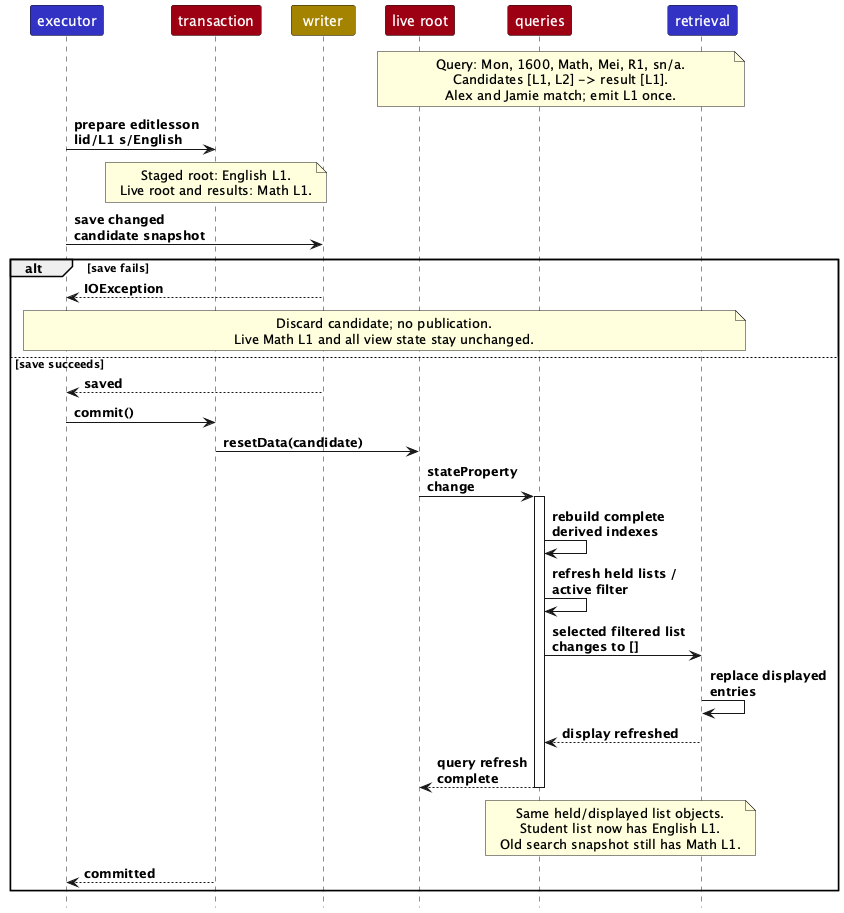
This is docs/images/LessonQueryRefresh.png from AY2627S1-CS2103T-F13-3/tp, a PlantUML export, as it was before one commit.
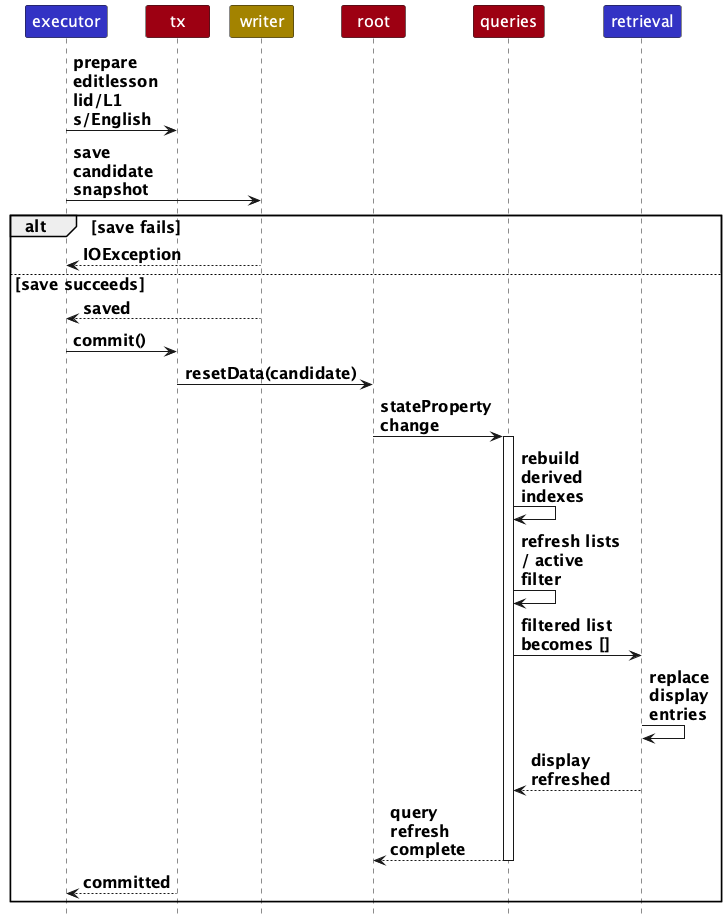
The same file after the commit.

Commit message:
Improve sequence and printed diagram reading

The edit, as a diff of the source:
```diff
@@ -2,50 +2,34 @@
 !include style.puml
 skinparam ParticipantFontColor #FFFFFF
 skinparam sequenceMessageAlign left
-skinparam maxMessageSize 140
+skinparam defaultFontSize 16
+skinparam maxMessageSize 105
+skinparam ParticipantPadding 5
+skinparam ArrowFontSize 16
 participant "executor" as executor LOGIC_COLOR
-participant "transaction" as transaction MODEL_COLOR
+participant "tx" as transaction MODEL_COLOR
 participant "writer" as writer STORAGE_COLOR
-participant "live root" as live MODEL_COLOR
+participant "root" as live MODEL_COLOR
 participant "queries" as queries MODEL_COLOR
 participant "retrieval" as retrieval LOGIC_COLOR
 
-note over live, retrieval
-  Query: Mon, 1600, Math, Mei, R1, sn/a.
-  Candidates [L1, L2] -> result [L1].
-  Alex and Jamie match; emit L1 once.
-end note
-
-executor -> transaction : prepare editlesson lid/L1 s/English
-note over transaction
-  Staged root: English L1.
-  Live root and results: Math L1.
-end note
-executor -> writer : save changed candidate snapshot
+executor -> transaction : prepare editlesson\nlid/L1 s/English
+executor -> writer : save candidate snapshot
 alt save fails
     writer --> executor : IOException
-    note over executor, retrieval
-      Discard candidate; no publication.
-      Live Math L1 and all view state stay unchanged.
-    end note
 else save succeeds
     writer --> executor : saved
     executor -> transaction : commit()
     transaction -> live : resetData(candidate)
     live -> queries : stateProperty change
     activate queries
-    queries -> queries : rebuild complete derived indexes
-    queries -> queries : refresh held lists / active filter
-    queries -> retrieval : selected filtered list changes to []
-    retrieval -> retrieval : replace displayed entries
+    queries -> queries : rebuild derived indexes
+    queries -> queries : refresh lists / active filter
+    queries -> retrieval : filtered list becomes []
+    retrieval -> retrieval : replace display entries
     retrieval --> queries : display refreshed
     queries --> live : query refresh complete
     deactivate queries
-    note over queries, retrieval
-      Same held/displayed list objects.
-      Student list now has English L1.
-      Old search snapshot still has Math L1.
-    end note
     transaction --> executor : committed
 end
 @enduml
```
